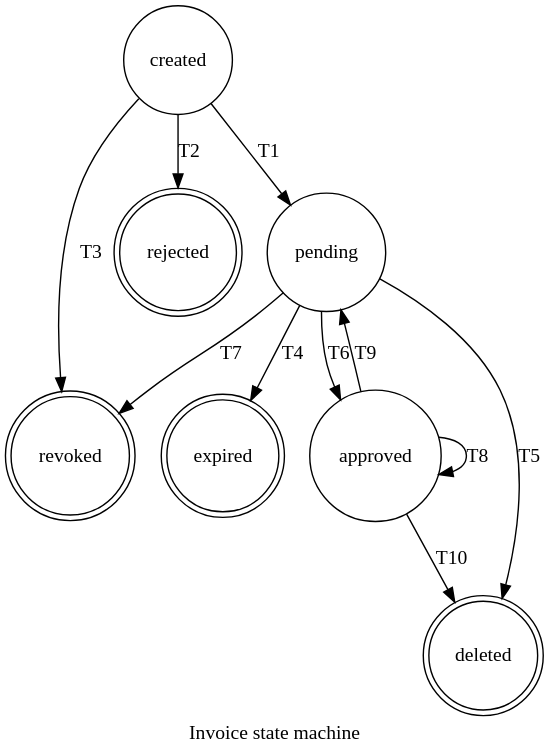
Above: images/state-machine.svg in vippsas/vipps-invoice-api (PlantUML), before the change. Its source is kept beside it as images/state-machine.plantuml.
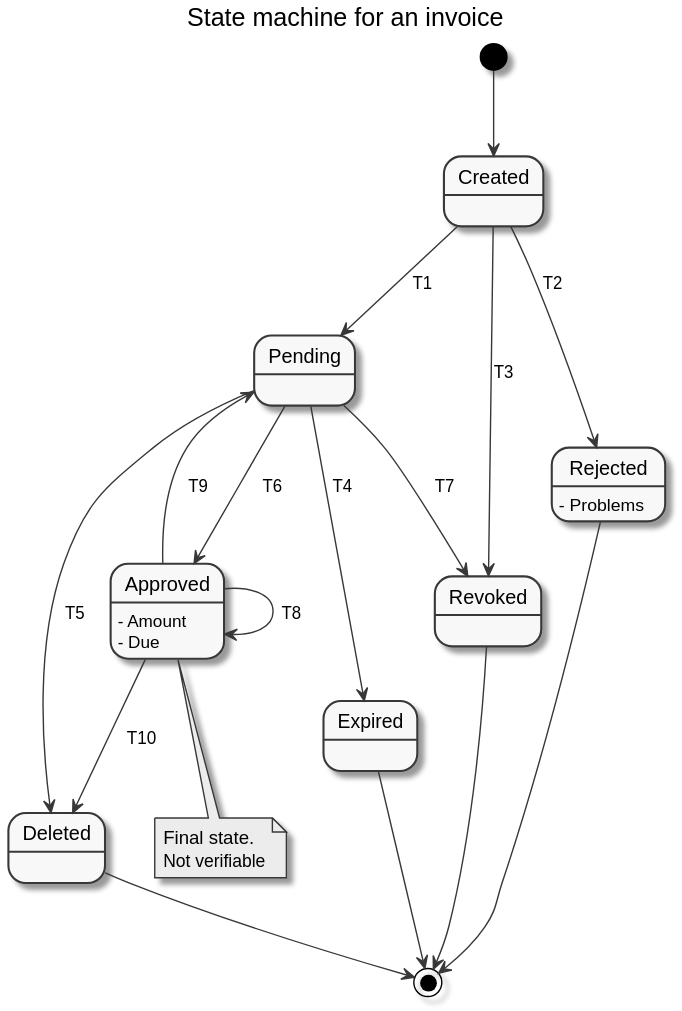
Later version of the same file.

Commit message:
update state machine source and image

Diff of the diagram source:
```diff
@@ -1,7 +1,7 @@
 @startuml
 skinparam monochrome true
 
-Title State machine
+Title State machine for an invoice
 
 [*] --> Created
 Created --> Pending : T1
@@ -19,9 +19,12 @@
 Deleted --> [*]
 Rejected --> [*]
 
+Approved : - Amount\n- Due
+Rejected : - Problems
+
 note bottom of Approved
-Final state.
-Not verifiable.
+    Final state.
+    Not verifiable
 end note
 
 @enduml
```
